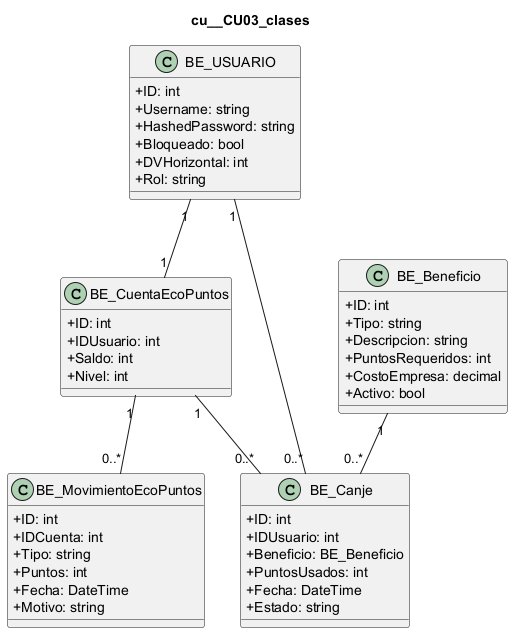
The PlantUML diagram docs/diagramas/uml_png/cu__CU03_clases.png in L-Muniz/uai-diploma_2026, before a commit. Its diagram source:
```plantuml
@startuml
skinparam classAttributeIconSize 0
title cu__CU03_clases
class "BE_USUARIO" as USUARIO {
  +ID: int
  +Username: string
  +HashedPassword: string
  +Bloqueado: bool
  +DVHorizontal: int
  +Rol: string
}
class "BE_CuentaEcoPuntos" as CUENTA {
  +ID: int
  +IDUsuario: int
  +Saldo: int
  +Nivel: int
}
class "BE_MovimientoEcoPuntos" as MOVIMIENTO {
  +ID: int
  +IDCuenta: int
  +Tipo: string
  +Puntos: int
  +Fecha: DateTime
  +Motivo: string
}
class "BE_Canje" as CANJE {
  +ID: int
  +IDUsuario: int
  +Beneficio: BE_Beneficio
  +PuntosUsados: int
  +Fecha: DateTime
  +Estado: string
}
class "BE_Beneficio" as BENEFICIO {
  +ID: int
  +Tipo: string
  +Descripcion: string
  +PuntosRequeridos: int
  +CostoEmpresa: decimal
  +Activo: bool
}
USUARIO "1" -- "1" CUENTA
CUENTA "1" -- "0..*" MOVIMIENTO
USUARIO "1" -- "0..*" CANJE
BENEFICIO "1" -- "0..*" CANJE
CUENTA "1" -- "0..*" CANJE
@enduml
```
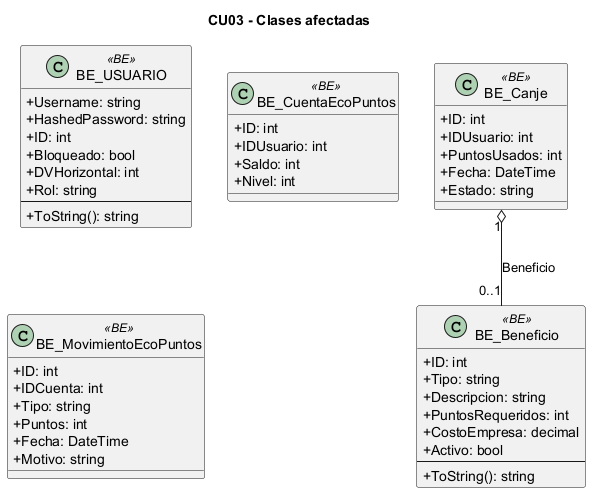
Above is the later version.

The edit, as a diff of the source:
```diff
@@ -1,21 +1,23 @@
 @startuml
 skinparam classAttributeIconSize 0
-title cu__CU03_clases
-class "BE_USUARIO" as USUARIO {
-  +ID: int
+title CU03 - Clases afectadas
+class "BE_USUARIO" as BE_USUARIO <<BE>> {
   +Username: string
   +HashedPassword: string
+  +ID: int
   +Bloqueado: bool
   +DVHorizontal: int
   +Rol: string
+  --
+  +ToString(): string
 }
-class "BE_CuentaEcoPuntos" as CUENTA {
+class "BE_CuentaEcoPuntos" as BE_CuentaEcoPuntos <<BE>> {
   +ID: int
   +IDUsuario: int
   +Saldo: int
   +Nivel: int
 }
-class "BE_MovimientoEcoPuntos" as MOVIMIENTO {
+class "BE_MovimientoEcoPuntos" as BE_MovimientoEcoPuntos <<BE>> {
   +ID: int
   +IDCuenta: int
   +Tipo: string
@@ -23,25 +25,22 @@
   +Fecha: DateTime
   +Motivo: string
 }
-class "BE_Canje" as CANJE {
+class "BE_Canje" as BE_Canje <<BE>> {
   +ID: int
   +IDUsuario: int
-  +Beneficio: BE_Beneficio
   +PuntosUsados: int
   +Fecha: DateTime
   +Estado: string
 }
-class "BE_Beneficio" as BENEFICIO {
+class "BE_Beneficio" as BE_Beneficio <<BE>> {
   +ID: int
   +Tipo: string
   +Descripcion: string
   +PuntosRequeridos: int
   +CostoEmpresa: decimal
   +Activo: bool
+  --
+  +ToString(): string
 }
-USUARIO "1" -- "1" CUENTA
-CUENTA "1" -- "0..*" MOVIMIENTO
-USUARIO "1" -- "0..*" CANJE
-BENEFICIO "1" -- "0..*" CANJE
-CUENTA "1" -- "0..*" CANJE
+BE_Canje "1" o-- "0..1" BE_Beneficio : Beneficio
 @enduml
```
